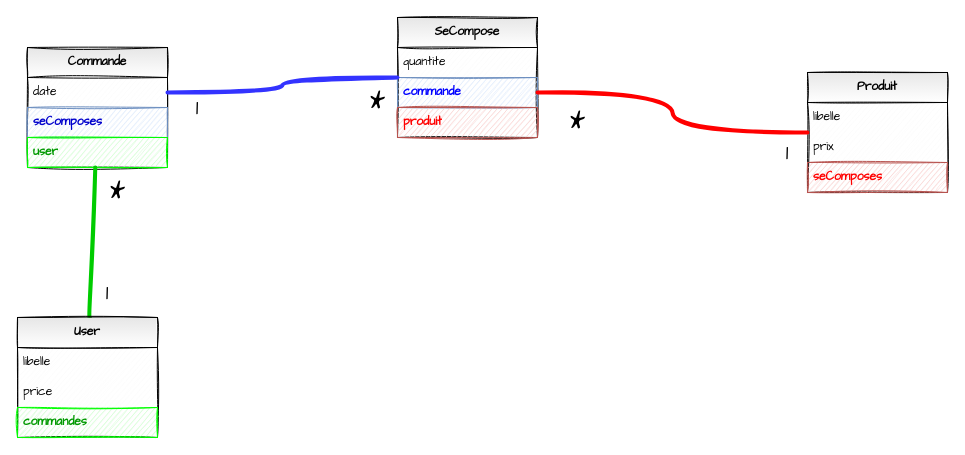
fcaumartin/CDA22138 keeps this draw.io diagram as page "datamodel 2" (2 of 4) of VG2/data model.drawio. Above is the earlier version. Source tidied: cells renumbered, new cells numbered last; positions are measured from the earlier drawing's top-left corner, leaving out a move shared by most shapes. Both pictures are drawn from the tidied source at 100%, with x=0, y=0 at pixel (17, 17).
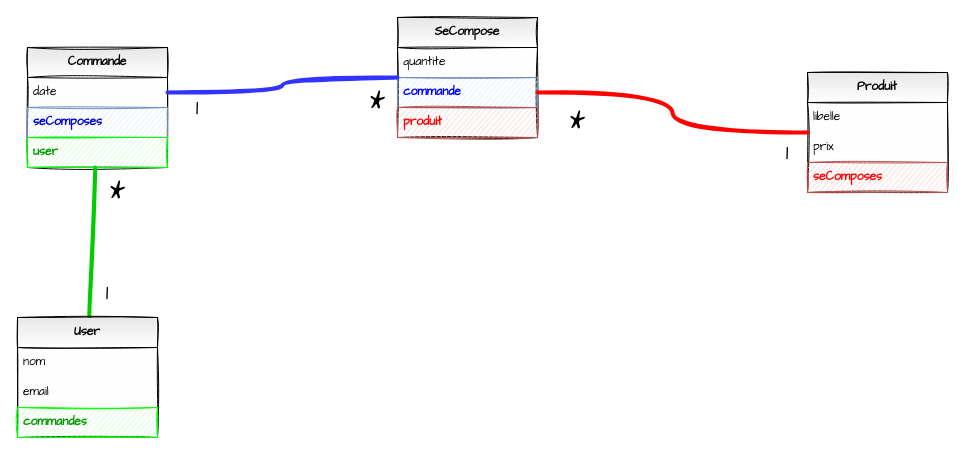
Above is the later version.

Unchanged cells that the change refers to:
```xml
<mxCell id="21" value="User" style="swimlane;fontStyle=1;horizontal=1;startSize=30;whiteSpace=wrap;html=1;fillColor=#E6E6E6;swimlaneFillColor=#FAFAFA;gradientColor=#ffffff;sketch=1;rounded=0;fontFamily=Architects Daughter;" parent="1" vertex="1">
  <mxGeometry y="300" width="140" height="120" as="geometry" />
</mxCell>
```

What changed in the source:
```diff
@@
-    <mxCell id="22" value="libelle" style="text;strokeColor=none;fillColor=none;align=left;verticalAlign=middle;spacingLeft=4;spacingRight=4;overflow=hidden;whiteSpace=wrap;html=1;sketch=1;rounded=0;fontFamily=Architects Daughter;" parent="21" vertex="1">
+    <mxCell id="22" value="nom" style="text;strokeColor=none;fillColor=none;align=left;verticalAlign=middle;spacingLeft=4;spacingRight=4;overflow=hidden;whiteSpace=wrap;html=1;sketch=1;rounded=0;fontFamily=Architects Daughter;" parent="21" vertex="1">
       <mxGeometry y="30" width="140" height="30" as="geometry" />
     </mxCell>
-    <mxCell id="23" value="price" style="text;strokeColor=none;fillColor=none;align=left;verticalAlign=middle;spacingLeft=4;spacingRight=4;overflow=hidden;whiteSpace=wrap;html=1;sketch=1;rounded=0;fontFamily=Architects Daughter;" parent="21" vertex="1">
+    <mxCell id="23" value="email" style="text;strokeColor=none;fillColor=none;align=left;verticalAlign=middle;spacingLeft=4;spacingRight=4;overflow=hidden;whiteSpace=wrap;html=1;sketch=1;rounded=0;fontFamily=Architects Daughter;" parent="21" vertex="1">
       <mxGeometry y="60" width="140" height="30" as="geometry" />
     </mxCell>
```
